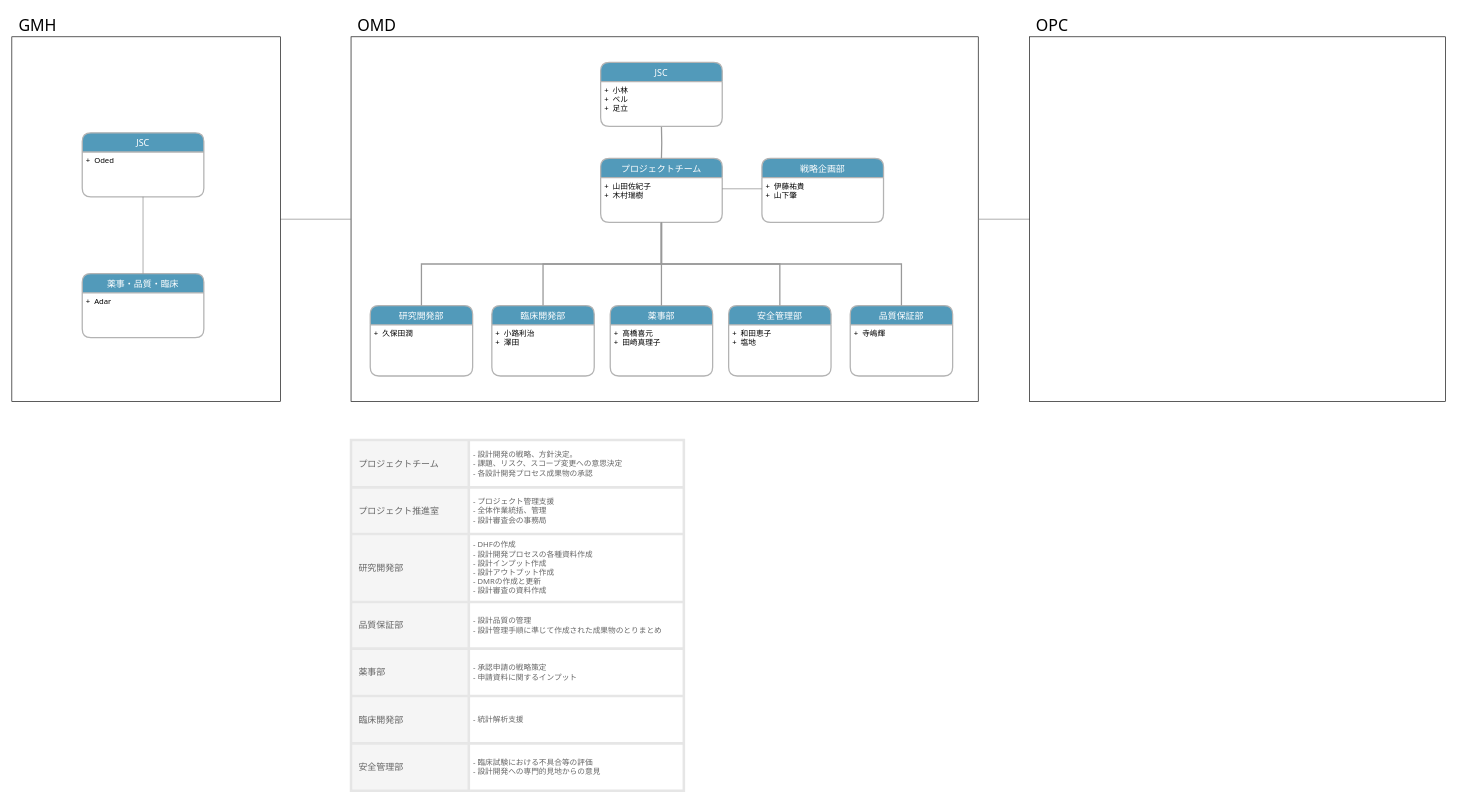
This is PRISM.drawio from YuseiKawai/Otsuka, a draw.io file, before an edit. Source tidied: cells renumbered, new cells numbered last; positions are measured from the earlier drawing's top-left corner, leaving out a move shared by most shapes. Both pictures are drawn from the tidied source at 64%, with x=0, y=0 at pixel (12, 11).
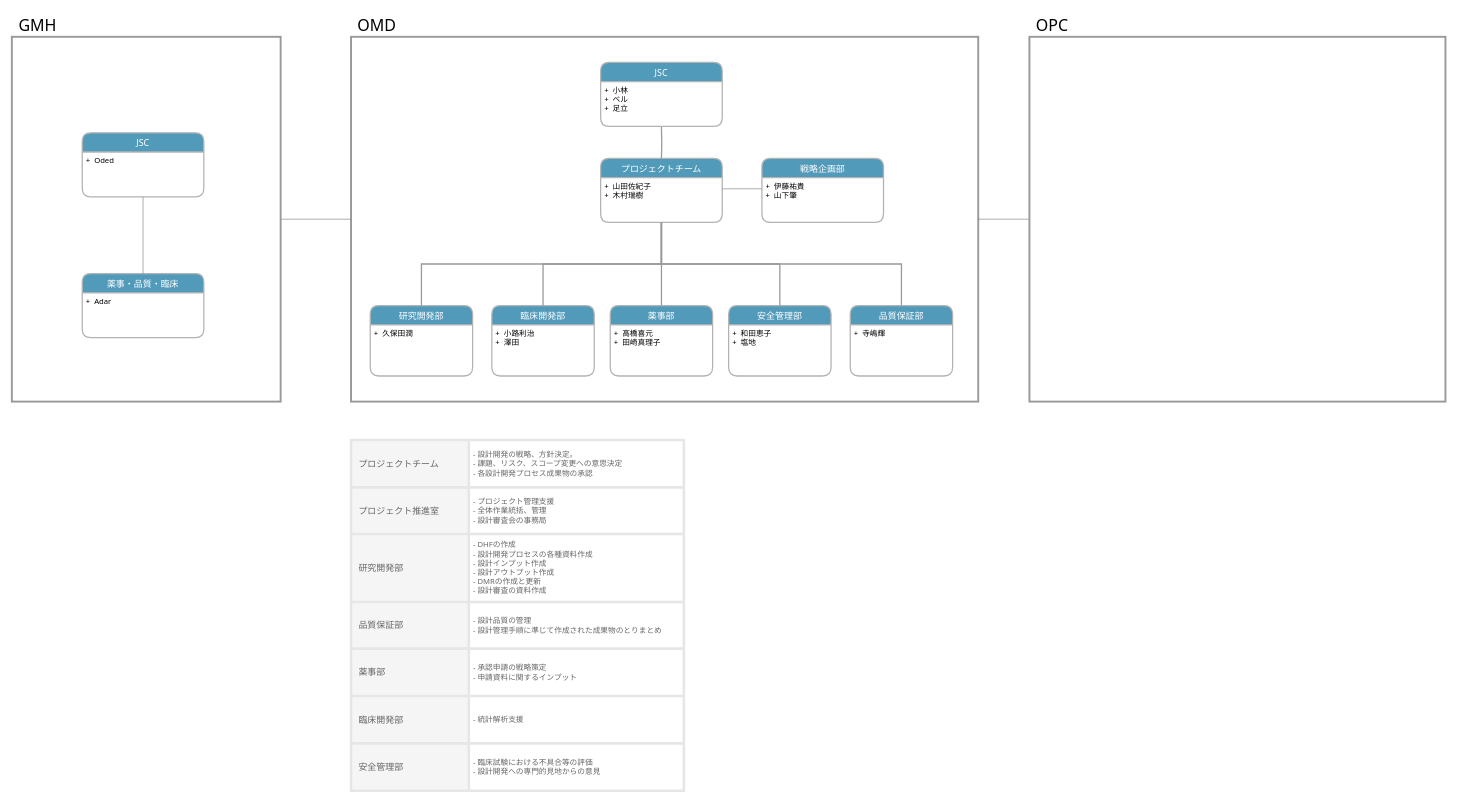
Above is the later version.

What changed in the source:
```diff
@@
-    <mxCell id="2" style="rounded=0;whiteSpace=wrap;html=1;fillColor=none;" parent="1" vertex="1">
+    <mxCell id="2" style="rounded=0;whiteSpace=wrap;html=1;fillColor=none;strokeColor=#999999;strokeWidth=3;" parent="1" vertex="1">
       <mxGeometry x="530" y="40" width="980" height="570" as="geometry" />
     </mxCell>
@@
-    <mxCell id="51" style="rounded=0;whiteSpace=wrap;html=1;fillColor=none;" parent="1" vertex="1">
+    <mxCell id="51" style="rounded=0;whiteSpace=wrap;html=1;fillColor=none;strokeColor=#999999;strokeWidth=3;" parent="1" vertex="1">
       <mxGeometry y="40" width="420" height="570" as="geometry" />
     </mxCell>
@@
-    <mxCell id="53" style="rounded=0;whiteSpace=wrap;html=1;fillColor=none;" parent="1" vertex="1">
+    <mxCell id="53" style="rounded=0;whiteSpace=wrap;html=1;fillColor=none;strokeColor=#999999;strokeWidth=3;" parent="1" vertex="1">
       <mxGeometry x="1590" y="40" width="650" height="570" as="geometry" />
     </mxCell>
```
